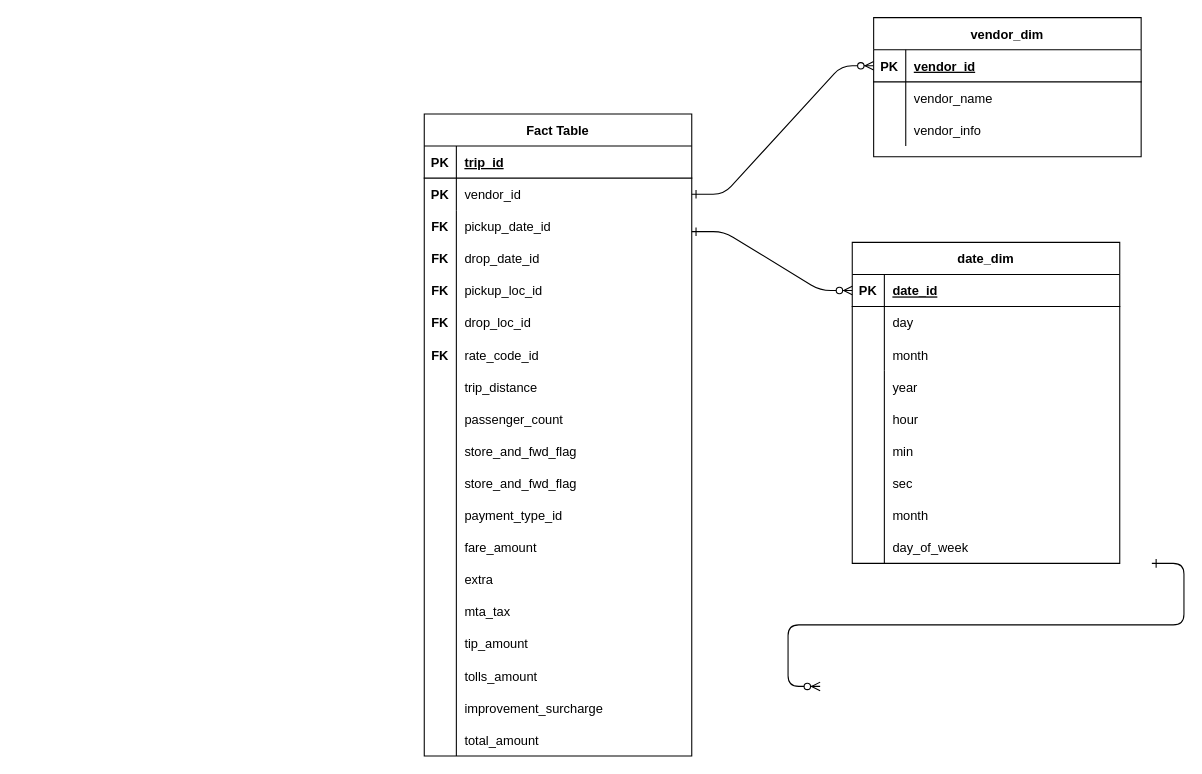
Above: Untitled Diagram.drawio in im-aditi/Uber-DataEngg (draw.io), before the change. Source tidied: cells renumbered, new cells numbered last; positions are measured from the earlier drawing's top-left corner, leaving out a move shared by most shapes. Both pictures are drawn from the tidied source at 107%, with x=0, y=0 at pixel (424, 17).
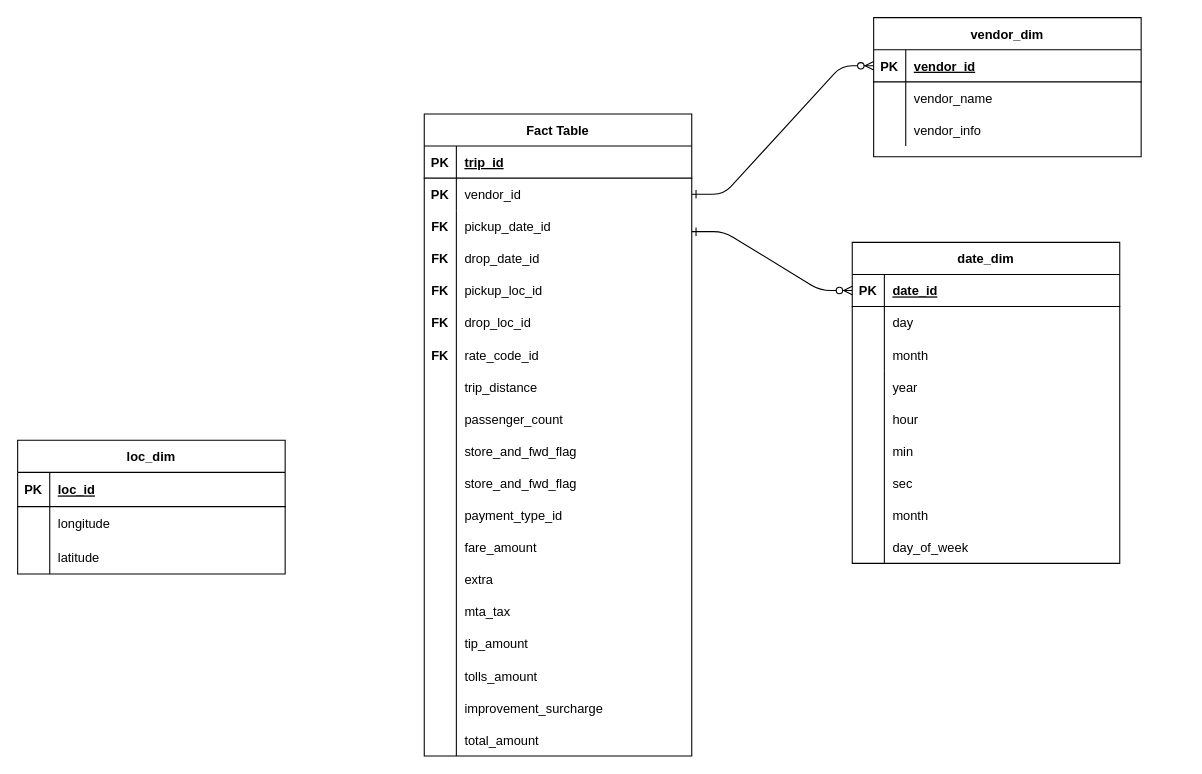
The same diagram, later.

Diff of the diagram source:
```diff
@@
-    <mxCell id="62" style="edgeStyle=entityRelationEdgeStyle;endArrow=ERzeroToMany;startArrow=ERone;endFill=1;startFill=0;" parent="1" edge="1">
-      <mxGeometry relative="1" as="geometry">
-        <mxPoint x="680" y="510" as="sourcePoint" />
-        <mxPoint x="370" y="625" as="targetPoint" />
-      </mxGeometry>
-    </mxCell>
+    <mxCell id="63" value="loc_dim" style="shape=table;startSize=30;childLayout=tableLayout;rowLines=0;fontStyle=1;align=center;" parent="1" vertex="1">
+      <mxGeometry x="-380" y="395" width="250" height="125" as="geometry" />
+    </mxCell>
+    <mxCell id="64" style="shape=partialRectangle;fillColor=none;top=0;left=0;right=0;bottom=1;" parent="63" vertex="1">
+      <mxGeometry y="30" width="250" height="32" as="geometry" />
+    </mxCell>
+    <mxCell id="65" value="PK" style="shape=partialRectangle;overflow=hidden;fillColor=none;top=0;left=0;bottom=0;right=0;fontStyle=1;" parent="64" vertex="1">
+      <mxGeometry width="30" height="32" as="geometry" />
+    </mxCell>
+    <mxCell id="66" value="loc_id" style="shape=partialRectangle;overflow=hidden;fillColor=none;top=0;left=0;bottom=0;right=0;align=left;spacingLeft=6;fontStyle=5;" parent="64" vertex="1">
+      <mxGeometry x="30" width="220" height="32" as="geometry" />
+    </mxCell>
+    <mxCell id="67" style="shape=partialRectangle;fillColor=none;top=0;left=0;right=0;bottom=0;" parent="63" vertex="1">
+      <mxGeometry y="62" width="250" height="31" as="geometry" />
+    </mxCell>
+    <mxCell id="68" style="shape=partialRectangle;overflow=hidden;fillColor=none;top=0;left=0;bottom=0;right=0;" parent="67" vertex="1">
+      <mxGeometry width="30" height="31" as="geometry" />
+    </mxCell>
+    <mxCell id="69" value="longitude" style="shape=partialRectangle;overflow=hidden;fillColor=none;top=0;left=0;bottom=0;right=0;align=left;spacingLeft=6;" parent="67" vertex="1">
+      <mxGeometry x="30" width="220" height="31" as="geometry" />
+    </mxCell>
+    <mxCell id="70" style="shape=partialRectangle;fillColor=none;top=0;left=0;right=0;bottom=0;" parent="63" vertex="1">
+      <mxGeometry y="93" width="250" height="32" as="geometry" />
+    </mxCell>
+    <mxCell id="71" style="shape=partialRectangle;overflow=hidden;fillColor=none;top=0;left=0;bottom=0;right=0;" parent="70" vertex="1">
+      <mxGeometry width="30" height="32" as="geometry" />
+    </mxCell>
+    <mxCell id="72" value="latitude" style="shape=partialRectangle;overflow=hidden;fillColor=none;top=0;left=0;bottom=0;right=0;align=left;spacingLeft=6;" parent="70" vertex="1">
+      <mxGeometry x="30" width="220" height="32" as="geometry" />
+    </mxCell>
```
